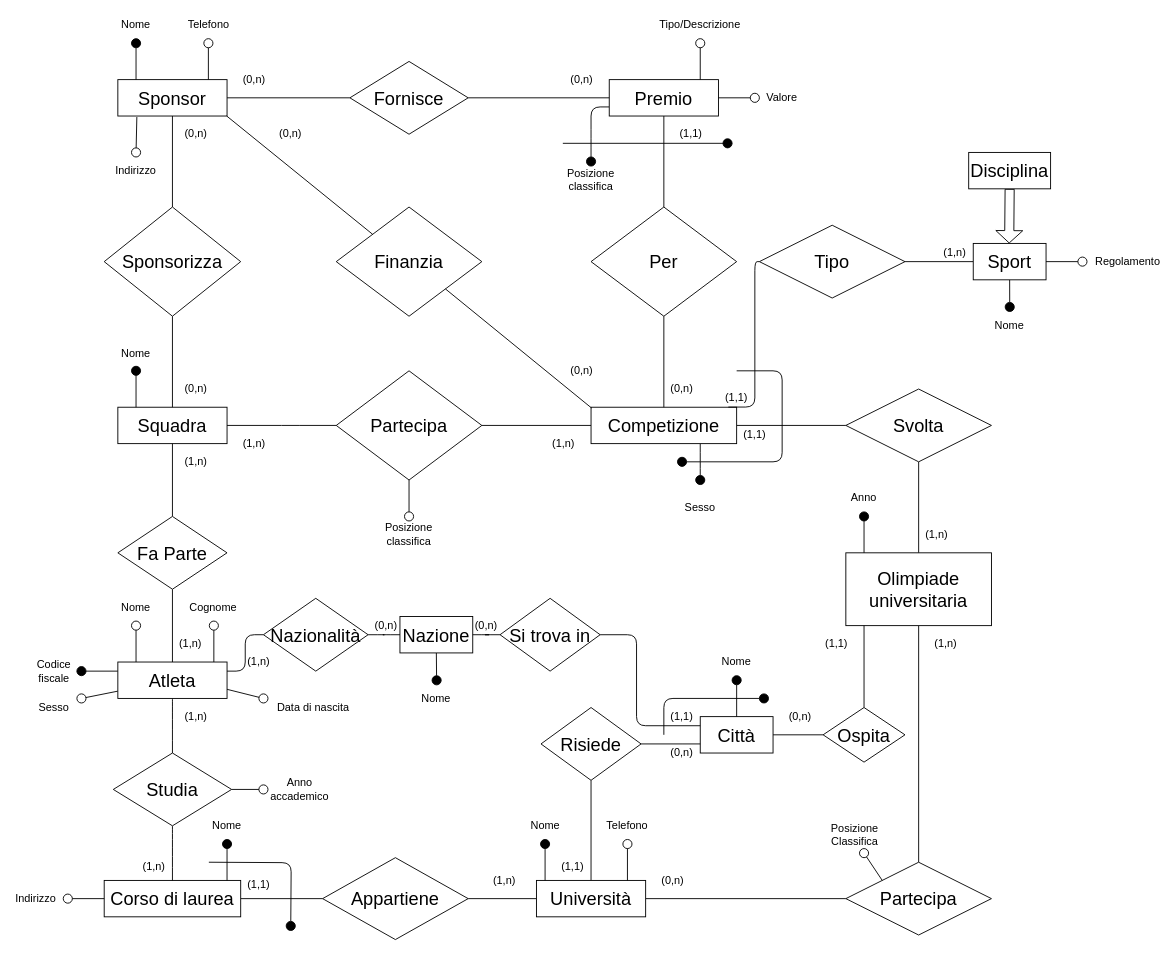
Before: page "Schema E-R" (1 of 3) of Olimpiadi studentesche.drawio in giovannivelludo/database-project, a draw.io diagram. Source tidied: cells renumbered, new cells numbered last; positions are measured from the earlier drawing's top-left corner, leaving out a move shared by most shapes. Both pictures are drawn from the tidied source at 91%, with x=0, y=0 at pixel (17, 15).
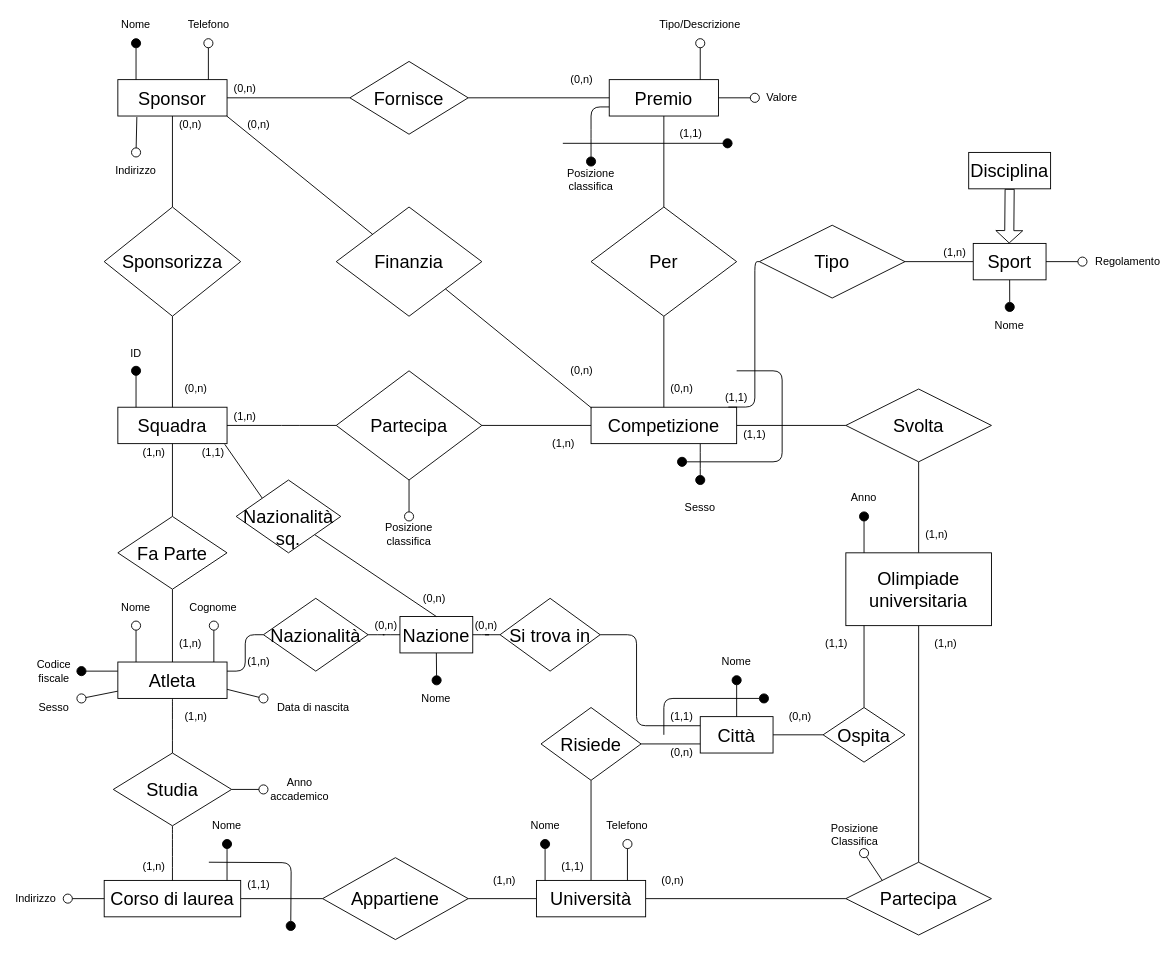
Above is the later version.

Commit message (it also covers changes not shown here):
Aggiunta nazionalità squadra

Unchanged cells that the change refers to:
```xml
<mxCell id="3" value="&lt;font style=&quot;font-size: 20px&quot;&gt;Squadra&lt;/font&gt;" style="rounded=0;whiteSpace=wrap;html=1;fontSize=20;" parent="1" vertex="1">
  <mxGeometry x="110" y="430" width="120" height="40" as="geometry" />
</mxCell>
<mxCell id="121" value="&lt;font style=&quot;font-size: 20px&quot;&gt;Nazione&lt;/font&gt;" style="rounded=0;whiteSpace=wrap;html=1;" parent="1" vertex="1">
  <mxGeometry x="420" y="660" width="80" height="40" as="geometry" />
</mxCell>
```

Diff of the diagram source:
```diff
@@
     <mxCell id="32" value="(1,n)" style="text;html=1;strokeColor=none;fillColor=none;align=center;verticalAlign=middle;whiteSpace=wrap;rounded=0;" parent="1" vertex="1">
-      <mxGeometry x="176" y="480" width="40" height="20" as="geometry" />
+      <mxGeometry x="130" y="470" width="40" height="20" as="geometry" />
     </mxCell>
@@
     <mxCell id="38" value="&lt;div&gt;(1,n)&lt;/div&gt;" style="text;html=1;strokeColor=none;fillColor=none;align=center;verticalAlign=middle;whiteSpace=wrap;rounded=0;" parent="1" vertex="1">
-      <mxGeometry x="240" y="460" width="40" height="20" as="geometry" />
+      <mxGeometry x="230" y="430" width="40" height="20" as="geometry" />
     </mxCell>
@@
     <mxCell id="51" value="(0,n)" style="text;html=1;strokeColor=none;fillColor=none;align=center;verticalAlign=middle;whiteSpace=wrap;rounded=0;shadow=0;glass=0;comic=0;fontSize=12;" parent="1" vertex="1">
-      <mxGeometry x="176" y="120" width="40" height="20" as="geometry" />
+      <mxGeometry x="170" y="110" width="40" height="20" as="geometry" />
     </mxCell>
     <mxCell id="52" value="(0,n)" style="text;html=1;strokeColor=none;fillColor=none;align=center;verticalAlign=middle;whiteSpace=wrap;rounded=0;shadow=0;glass=0;comic=0;fontSize=12;" parent="1" vertex="1">
-      <mxGeometry x="240" y="60" width="40" height="20" as="geometry" />
+      <mxGeometry x="230" y="70" width="40" height="20" as="geometry" />
     </mxCell>
@@
     <mxCell id="59" value="(0,n)" style="text;html=1;strokeColor=none;fillColor=none;align=center;verticalAlign=middle;whiteSpace=wrap;rounded=0;shadow=0;glass=0;comic=0;fontSize=12;" parent="1" vertex="1">
-      <mxGeometry x="280" y="120" width="40" height="20" as="geometry" />
+      <mxGeometry x="245" y="110" width="40" height="20" as="geometry" />
     </mxCell>
@@
-    <mxCell id="76" value="Nome" style="text;html=1;strokeColor=none;fillColor=none;align=center;verticalAlign=middle;whiteSpace=wrap;rounded=0;" parent="1" vertex="1">
+    <mxCell id="76" value="ID" style="text;html=1;strokeColor=none;fillColor=none;align=center;verticalAlign=middle;whiteSpace=wrap;rounded=0;" parent="1" vertex="1">
       <mxGeometry x="110" y="361" width="40" height="20" as="geometry" />
     </mxCell>
@@
+    <mxCell id="144" style="rounded=1;jettySize=auto;html=1;exitX=0;exitY=0;exitDx=0;exitDy=0;endArrow=none;endFill=0;endSize=10;entryX=0.979;entryY=1.017;entryDx=0;entryDy=0;entryPerimeter=0;" parent="1" edge="1" source="146" target="3">
+      <mxGeometry relative="1" as="geometry" />
+    </mxCell>
+    <mxCell id="145" style="edgeStyle=none;rounded=1;jettySize=auto;html=1;exitX=1;exitY=1;exitDx=0;exitDy=0;entryX=0.5;entryY=0;entryDx=0;entryDy=0;endArrow=none;endFill=0;endSize=10;" parent="1" edge="1" source="146" target="121">
+      <mxGeometry relative="1" as="geometry" />
+    </mxCell>
+    <mxCell id="146" value="&lt;div&gt;&lt;font style=&quot;font-size: 20px&quot;&gt;&lt;br&gt;&lt;/font&gt;&lt;/div&gt;&lt;div&gt;&lt;font style=&quot;font-size: 20px&quot;&gt;Nazionalità&lt;/font&gt;&lt;/div&gt;&lt;div&gt;&lt;font style=&quot;font-size: 20px&quot;&gt;sq.&lt;br&gt;&lt;/font&gt;&lt;/div&gt;" style="rhombus;whiteSpace=wrap;html=1;" parent="1" vertex="1">
+      <mxGeometry x="240" y="510" width="115" height="80" as="geometry" />
+    </mxCell>
+    <mxCell id="147" value="(1,1)" style="text;html=1;strokeColor=none;fillColor=none;align=center;verticalAlign=middle;whiteSpace=wrap;rounded=0;" parent="1" vertex="1">
+      <mxGeometry x="195" y="470" width="40" height="20" as="geometry" />
+    </mxCell>
+    <mxCell id="148" value="(0,n)" style="text;html=1;strokeColor=none;fillColor=none;align=center;verticalAlign=middle;whiteSpace=wrap;rounded=0;" parent="1" vertex="1">
+      <mxGeometry x="437.5" y="630" width="40" height="20" as="geometry" />
+    </mxCell>
```
